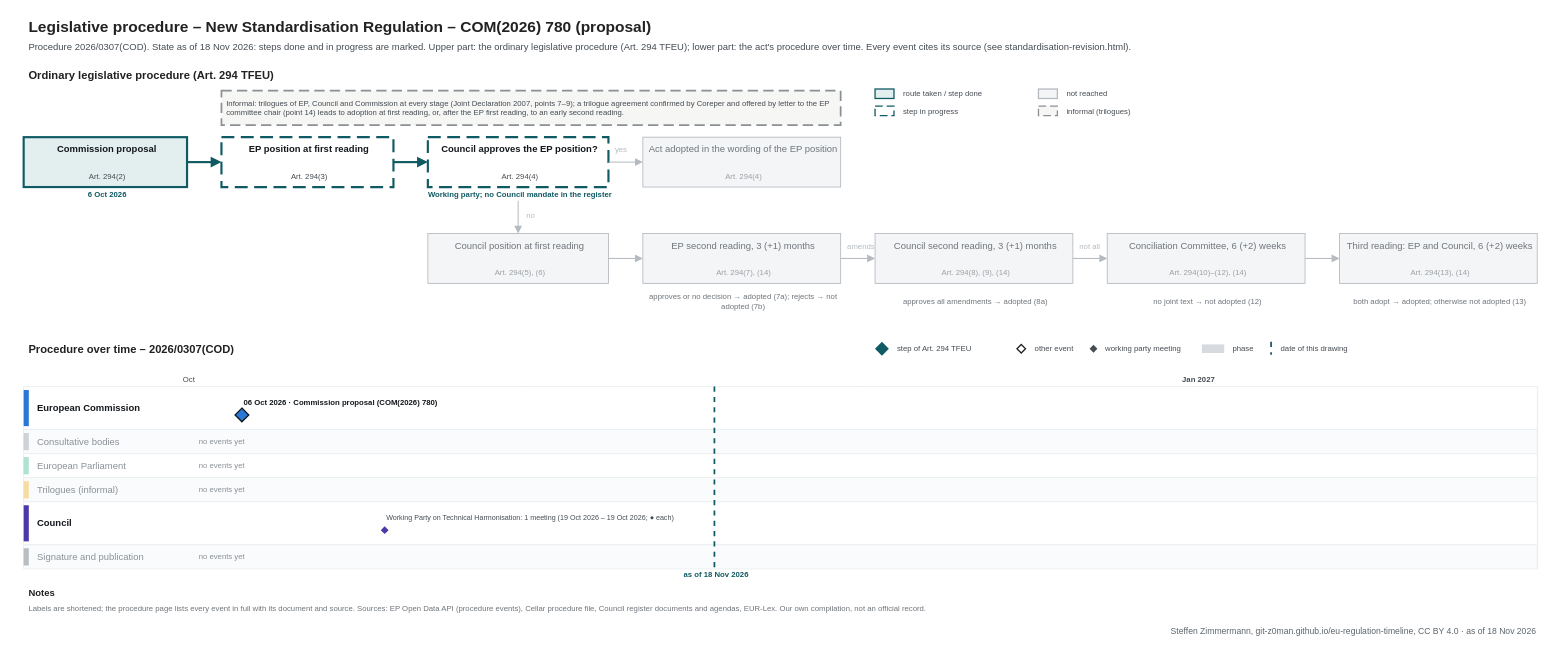
Before: procedures/standardisation-revision.drawio in git-z0man/eu-regulation-timeline, a draw.io diagram. Source tidied: cells renumbered, new cells numbered last; positions are measured from the earlier drawing's top-left corner, leaving out a move shared by most shapes. Both pictures are drawn from the tidied source at 86%, with x=0, y=0 at pixel (15, 15).
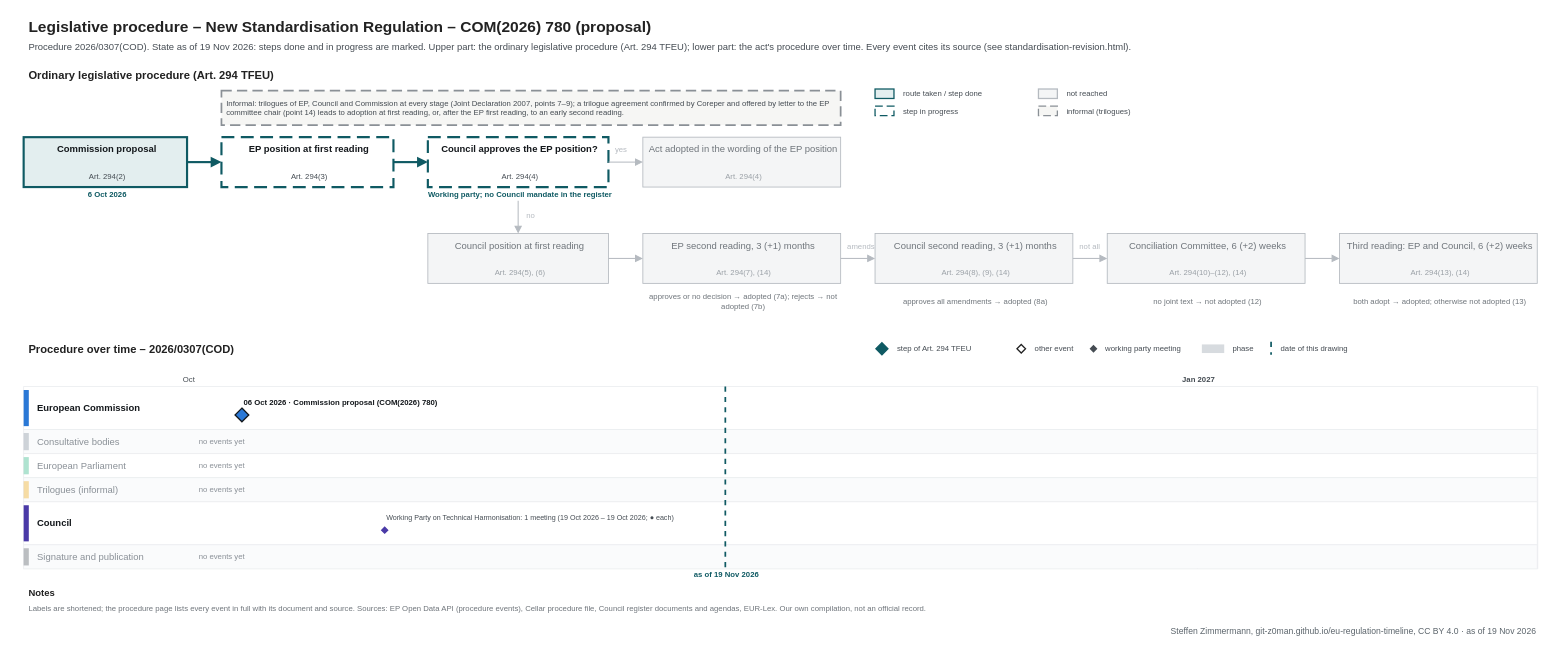
After the change.

The edit, as a diff of the source:
```diff
@@
-    <mxCell id="3" value="Procedure 2026/0307(COD). State as of 18 Nov 2026: steps done and in progress are marked. Upper part: the ordinary legislative procedure (Art. 294 TFEU); lower part: the act's procedure over time. Every event cites its source (see standardisation-revision.html)." style="text;html=1;fontSize=11;fontColor=#454c53;align=left;verticalAlign=middle;spacingLeft=4;" parent="1" vertex="1">
+    <mxCell id="3" value="Procedure 2026/0307(COD). State as of 19 Nov 2026: steps done and in progress are marked. Upper part: the ordinary legislative procedure (Art. 294 TFEU); lower part: the act's procedure over time. Every event cites its source (see standardisation-revision.html)." style="text;html=1;fontSize=11;fontColor=#454c53;align=left;verticalAlign=middle;spacingLeft=4;" parent="1" vertex="1">
       <mxGeometry x="10" y="28" width="1700" height="18" as="geometry" />
     </mxCell>
@@
     <mxCell id="100" style="line;html=1;strokeWidth=2;strokeColor=#0f5a63;direction=south;dashed=1;" parent="1" vertex="1">
-      <mxGeometry x="812.7" y="432" width="1" height="212" as="geometry" />
+      <mxGeometry x="825.4" y="432" width="1" height="212" as="geometry" />
     </mxCell>
-    <mxCell id="101" value="as of 18 Nov 2026" style="text;html=1;fontSize=9;fontColor=#0f5a63;align=center;verticalAlign=middle;spacingLeft=4;fontStyle=1;" parent="1" vertex="1">
-      <mxGeometry x="752.7" y="645" width="120" height="12" as="geometry" />
+    <mxCell id="101" value="as of 19 Nov 2026" style="text;html=1;fontSize=9;fontColor=#0f5a63;align=center;verticalAlign=middle;spacingLeft=4;fontStyle=1;" parent="1" vertex="1">
+      <mxGeometry x="765.4" y="645" width="120" height="12" as="geometry" />
     </mxCell>
@@
-    <mxCell id="108" value="Steffen Zimmermann, git-z0man.github.io/eu-regulation-timeline, CC BY 4.0 · as of 18 Nov 2026" style="text;html=1;fontSize=10;fontColor=#5b646b;align=right;verticalAlign=middle;spacingLeft=4;" parent="1" vertex="1">
+    <mxCell id="108" value="Steffen Zimmermann, git-z0man.github.io/eu-regulation-timeline, CC BY 4.0 · as of 19 Nov 2026" style="text;html=1;fontSize=10;fontColor=#5b646b;align=right;verticalAlign=middle;spacingLeft=4;" parent="1" vertex="1">
       <mxGeometry x="10" y="708" width="1760" height="16" as="geometry" />
     </mxCell>
```
